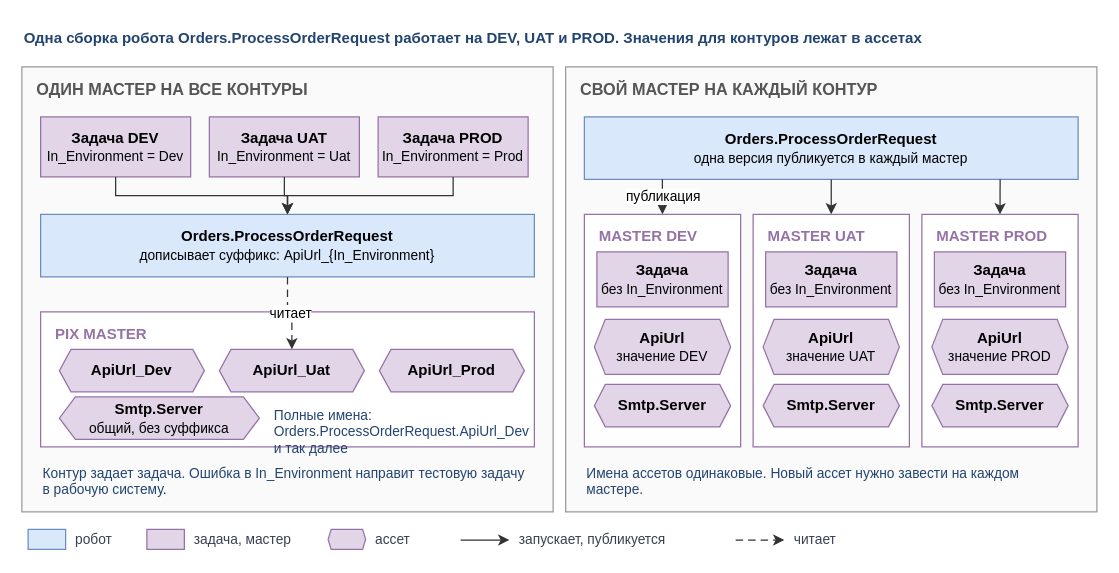
Earlier version of the draw.io diagram page "config / config-contours" (8 of 10) of images/diagrams.drawio (TheMrDJek/PixRpaDevelopmentConventions). Source tidied: cells renumbered, new cells numbered last; positions are measured from the earlier drawing's top-left corner, leaving out a move shared by most shapes. Both pictures are drawn from the tidied source at 125%, with x=0, y=0 at pixel (21, 21).
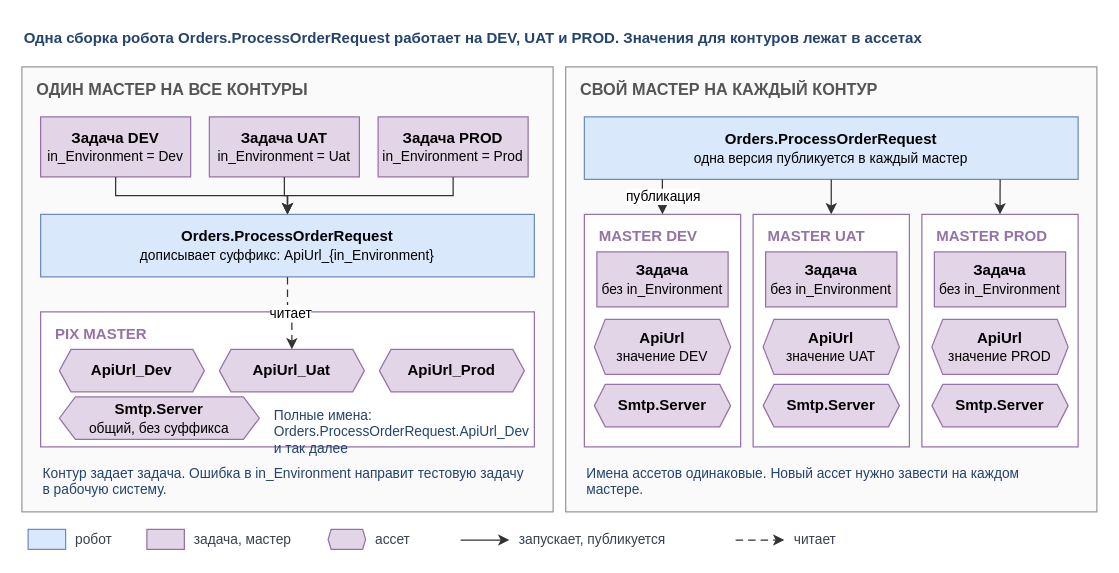
The same diagram, later.

What changed in the source:
```diff
@@
-    <mxCell id="4" value="&lt;b&gt;Задача DEV&lt;/b&gt;&lt;br&gt;&lt;font style=&quot;font-size:11px&quot;&gt;In_Environment = Dev&lt;/font&gt;" style="rounded=0;fillColor=#E1D5E7;strokeColor=#9673A6;strokeWidth=1;fontColor=#000000;fontSize=12;whiteSpace=wrap;html=1;fontFamily=Helvetica;" parent="1" vertex="1">
+    <mxCell id="4" value="&lt;b&gt;Задача DEV&lt;/b&gt;&lt;br&gt;&lt;font style=&quot;font-size:11px&quot;&gt;in_Environment = Dev&lt;/font&gt;" style="rounded=0;fillColor=#E1D5E7;strokeColor=#9673A6;strokeWidth=1;fontColor=#000000;fontSize=12;whiteSpace=wrap;html=1;fontFamily=Helvetica;" parent="1" vertex="1">
       <mxGeometry x="15" y="76" width="120" height="48" as="geometry" />
     </mxCell>
-    <mxCell id="5" value="&lt;b&gt;Задача UAT&lt;/b&gt;&lt;br&gt;&lt;font style=&quot;font-size:11px&quot;&gt;In_Environment = Uat&lt;/font&gt;" style="rounded=0;fillColor=#E1D5E7;strokeColor=#9673A6;strokeWidth=1;fontColor=#000000;fontSize=12;whiteSpace=wrap;html=1;fontFamily=Helvetica;" parent="1" vertex="1">
+    <mxCell id="5" value="&lt;b&gt;Задача UAT&lt;/b&gt;&lt;br&gt;&lt;font style=&quot;font-size:11px&quot;&gt;in_Environment = Uat&lt;/font&gt;" style="rounded=0;fillColor=#E1D5E7;strokeColor=#9673A6;strokeWidth=1;fontColor=#000000;fontSize=12;whiteSpace=wrap;html=1;fontFamily=Helvetica;" parent="1" vertex="1">
       <mxGeometry x="150" y="76" width="120" height="48" as="geometry" />
     </mxCell>
-    <mxCell id="6" value="&lt;b&gt;Задача PROD&lt;/b&gt;&lt;br&gt;&lt;font style=&quot;font-size:11px&quot;&gt;In_Environment = Prod&lt;/font&gt;" style="rounded=0;fillColor=#E1D5E7;strokeColor=#9673A6;strokeWidth=1;fontColor=#000000;fontSize=12;whiteSpace=wrap;html=1;fontFamily=Helvetica;" parent="1" vertex="1">
+    <mxCell id="6" value="&lt;b&gt;Задача PROD&lt;/b&gt;&lt;br&gt;&lt;font style=&quot;font-size:11px&quot;&gt;in_Environment = Prod&lt;/font&gt;" style="rounded=0;fillColor=#E1D5E7;strokeColor=#9673A6;strokeWidth=1;fontColor=#000000;fontSize=12;whiteSpace=wrap;html=1;fontFamily=Helvetica;" parent="1" vertex="1">
       <mxGeometry x="285" y="76" width="120" height="48" as="geometry" />
     </mxCell>
-    <mxCell id="7" value="&lt;b&gt;Orders.ProcessOrderRequest&lt;/b&gt;&lt;br&gt;&lt;font style=&quot;font-size:11px&quot;&gt;дописывает суффикс: ApiUrl_{In_Environment}&lt;/font&gt;" style="rounded=0;fillColor=#DAE8FC;strokeColor=#6C8EBF;strokeWidth=1;fontColor=#000000;fontSize=12;whiteSpace=wrap;html=1;fontFamily=Helvetica;" parent="1" vertex="1">
+    <mxCell id="7" value="&lt;b&gt;Orders.ProcessOrderRequest&lt;/b&gt;&lt;br&gt;&lt;font style=&quot;font-size:11px&quot;&gt;дописывает суффикс: ApiUrl_{in_Environment}&lt;/font&gt;" style="rounded=0;fillColor=#DAE8FC;strokeColor=#6C8EBF;strokeWidth=1;fontColor=#000000;fontSize=12;whiteSpace=wrap;html=1;fontFamily=Helvetica;" parent="1" vertex="1">
       <mxGeometry x="15" y="154" width="395" height="50" as="geometry" />
     </mxCell>
@@
-    <mxCell id="18" value="Контур задает задача. Ошибка в In_Environment направит тестовую задачу в рабочую систему." style="text;strokeColor=none;fillColor=none;align=left;verticalAlign=top;fontSize=11;fontColor=#23446F;whiteSpace=wrap;html=1;fontFamily=Helvetica;" parent="1" vertex="1">
+    <mxCell id="18" value="Контур задает задача. Ошибка в in_Environment направит тестовую задачу в рабочую систему." style="text;strokeColor=none;fillColor=none;align=left;verticalAlign=top;fontSize=11;fontColor=#23446F;whiteSpace=wrap;html=1;fontFamily=Helvetica;" parent="1" vertex="1">
       <mxGeometry x="15" y="348" width="395" height="36" as="geometry" />
     </mxCell>
@@
-    <mxCell id="22" value="&lt;b&gt;Задача&lt;/b&gt;&lt;br&gt;&lt;font style=&quot;font-size:11px&quot;&gt;без In_Environment&lt;/font&gt;" style="rounded=0;fillColor=#E1D5E7;strokeColor=#9673A6;strokeWidth=1;fontColor=#000000;fontSize=12;whiteSpace=wrap;html=1;fontFamily=Helvetica;" parent="1" vertex="1">
+    <mxCell id="22" value="&lt;b&gt;Задача&lt;/b&gt;&lt;br&gt;&lt;font style=&quot;font-size:11px&quot;&gt;без in_Environment&lt;/font&gt;" style="rounded=0;fillColor=#E1D5E7;strokeColor=#9673A6;strokeWidth=1;fontColor=#000000;fontSize=12;whiteSpace=wrap;html=1;fontFamily=Helvetica;" parent="1" vertex="1">
       <mxGeometry x="460" y="184" width="105" height="44" as="geometry" />
     </mxCell>
@@
-    <mxCell id="27" value="&lt;b&gt;Задача&lt;/b&gt;&lt;br&gt;&lt;font style=&quot;font-size:11px&quot;&gt;без In_Environment&lt;/font&gt;" style="rounded=0;fillColor=#E1D5E7;strokeColor=#9673A6;strokeWidth=1;fontColor=#000000;fontSize=12;whiteSpace=wrap;html=1;fontFamily=Helvetica;" parent="1" vertex="1">
+    <mxCell id="27" value="&lt;b&gt;Задача&lt;/b&gt;&lt;br&gt;&lt;font style=&quot;font-size:11px&quot;&gt;без in_Environment&lt;/font&gt;" style="rounded=0;fillColor=#E1D5E7;strokeColor=#9673A6;strokeWidth=1;fontColor=#000000;fontSize=12;whiteSpace=wrap;html=1;fontFamily=Helvetica;" parent="1" vertex="1">
       <mxGeometry x="595" y="184" width="105" height="44" as="geometry" />
     </mxCell>
@@
-    <mxCell id="32" value="&lt;b&gt;Задача&lt;/b&gt;&lt;br&gt;&lt;font style=&quot;font-size:11px&quot;&gt;без In_Environment&lt;/font&gt;" style="rounded=0;fillColor=#E1D5E7;strokeColor=#9673A6;strokeWidth=1;fontColor=#000000;fontSize=12;whiteSpace=wrap;html=1;fontFamily=Helvetica;" parent="1" vertex="1">
+    <mxCell id="32" value="&lt;b&gt;Задача&lt;/b&gt;&lt;br&gt;&lt;font style=&quot;font-size:11px&quot;&gt;без in_Environment&lt;/font&gt;" style="rounded=0;fillColor=#E1D5E7;strokeColor=#9673A6;strokeWidth=1;fontColor=#000000;fontSize=12;whiteSpace=wrap;html=1;fontFamily=Helvetica;" parent="1" vertex="1">
       <mxGeometry x="730" y="184" width="105" height="44" as="geometry" />
     </mxCell>
```
